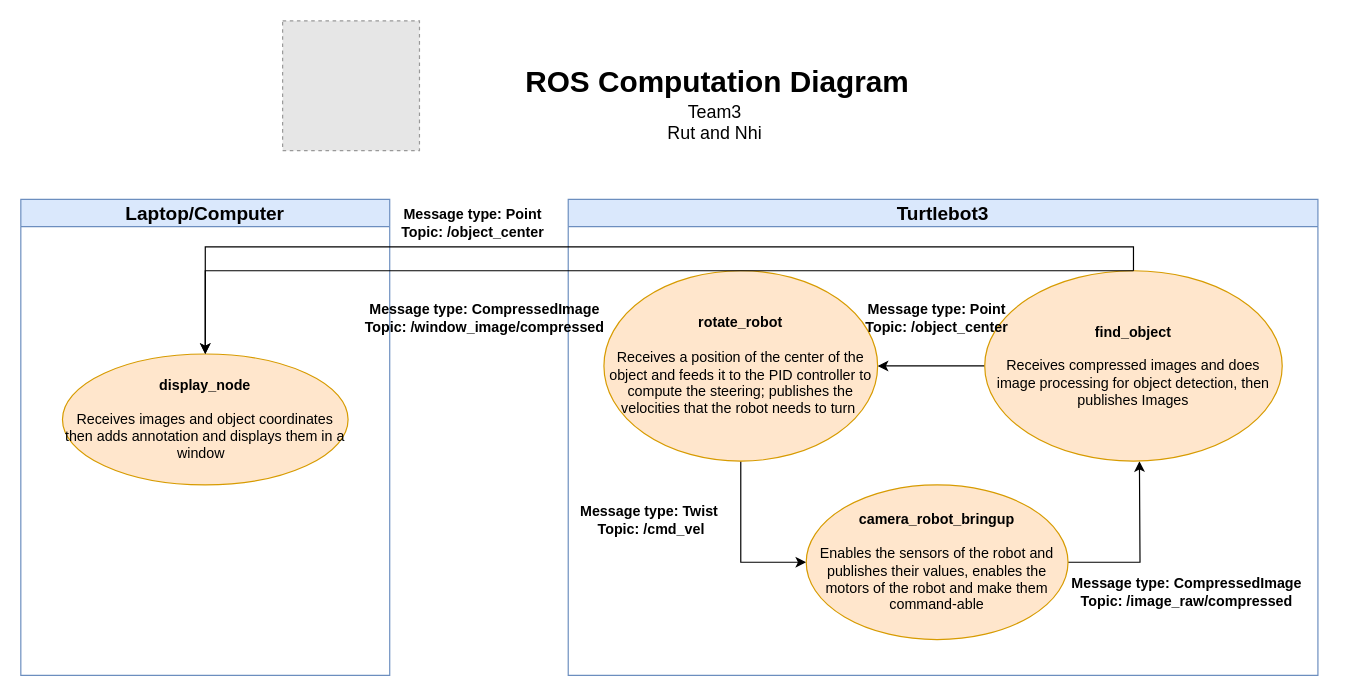
The draw.io diagram Lab2.drawio in NhiNguyencmt8/RoboResearch, before the edit. Source tidied: cells renumbered, new cells numbered last; positions are measured from the earlier drawing's top-left corner, leaving out a move shared by most shapes. Both pictures are drawn from the tidied source at 119%, with x=0, y=0 at pixel (20, 20). Pictures stored in the file or linked from it are replaced by grey dashed boxes.
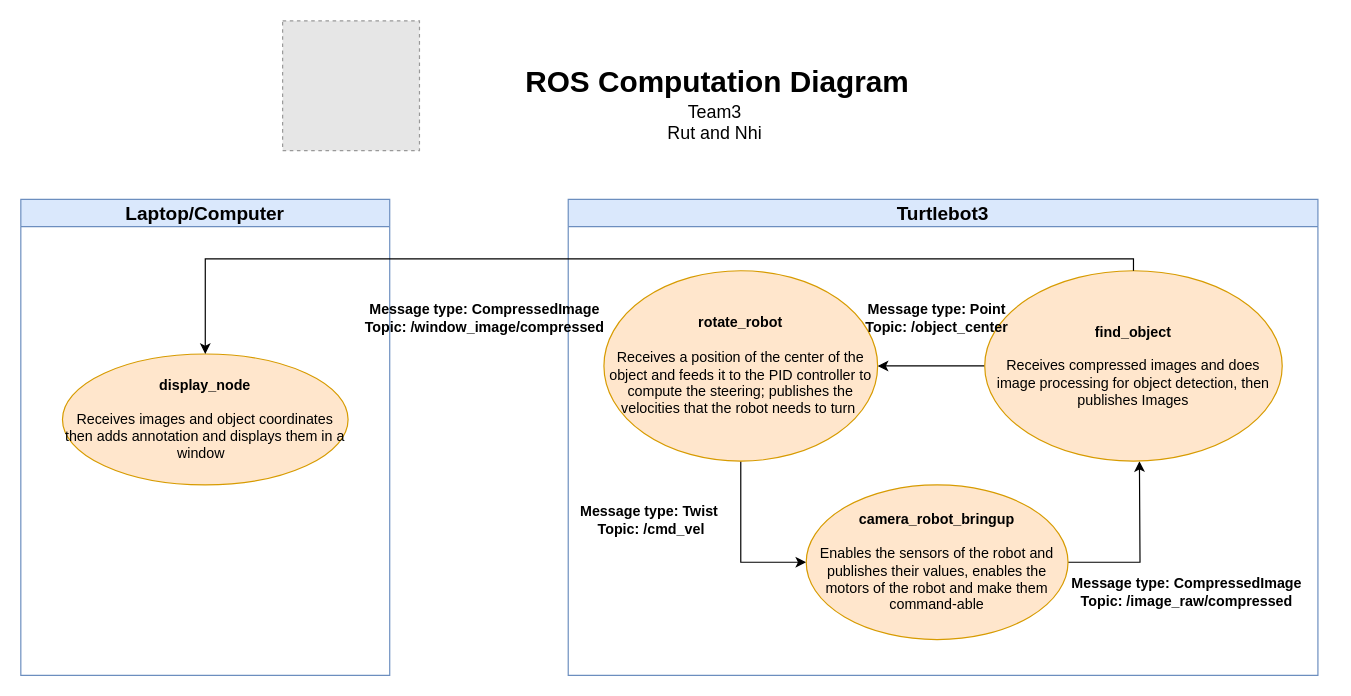
The same page after the edit.

The change refers to these unchanged cells:
```xml
<mxCell id="5" value="&lt;div&gt;&lt;b&gt;display_node&lt;/b&gt;&lt;/div&gt;&lt;div&gt;&lt;b&gt;&lt;br&gt;&lt;/b&gt;&lt;/div&gt;&lt;div&gt;Receives images and object coordinates then adds annotation and displays them in a window&amp;nbsp;&amp;nbsp;&lt;/div&gt;" style="ellipse;whiteSpace=wrap;html=1;fillColor=#ffe6cc;strokeColor=#d79b00;" parent="4" vertex="1">
  <mxGeometry x="35" y="130" width="240" height="110" as="geometry" />
</mxCell>
<mxCell id="13" value="&lt;div&gt;&lt;b&gt;find_object&lt;/b&gt;&lt;/div&gt;&lt;div&gt;&lt;b&gt;&lt;br&gt;&lt;/b&gt;&lt;div&gt;Receives compressed images and does image processing for object detection, then publishes Images&lt;/div&gt;&lt;/div&gt;" style="ellipse;whiteSpace=wrap;html=1;fillColor=#ffe6cc;strokeColor=#d79b00;" parent="7" vertex="1">
  <mxGeometry x="360" y="10" width="250" height="160" as="geometry" />
</mxCell>
```

Diff of the diagram source:
```diff
@@
-    <mxCell id="18" style="edgeStyle=orthogonalEdgeStyle;rounded=0;jettySize=auto;html=1;entryX=0.5;entryY=0;entryDx=0;entryDy=0;" parent="1" edge="1" source="13" target="5">
-      <mxGeometry relative="1" as="geometry">
-        <Array as="points">
-          <mxPoint x="935" y="190" />
-          <mxPoint x="155" y="190" />
-        </Array>
-      </mxGeometry>
-    </mxCell>
@@
-    <mxCell id="20" value="Message type: Point&lt;div style=&quot;font-size: 12px;&quot;&gt;Topic: /object_center&lt;/div&gt;" style="text;html=1;align=center;verticalAlign=middle;whiteSpace=wrap;rounded=0;fontStyle=1;fontSize=12;" parent="1" vertex="1">
-      <mxGeometry x="300" y="140" width="160" height="60" as="geometry" />
-    </mxCell>
     <mxCell id="21" style="edgeStyle=orthogonalEdgeStyle;rounded=0;jettySize=auto;html=1;" parent="1" edge="1" source="13" target="5">
       <mxGeometry relative="1" as="geometry">
         <Array as="points">
-          <mxPoint x="935" y="210" />
-          <mxPoint x="155" y="210" />
+          <mxPoint x="935" y="200" />
+          <mxPoint x="155" y="200" />
         </Array>
       </mxGeometry>
     </mxCell>
```
